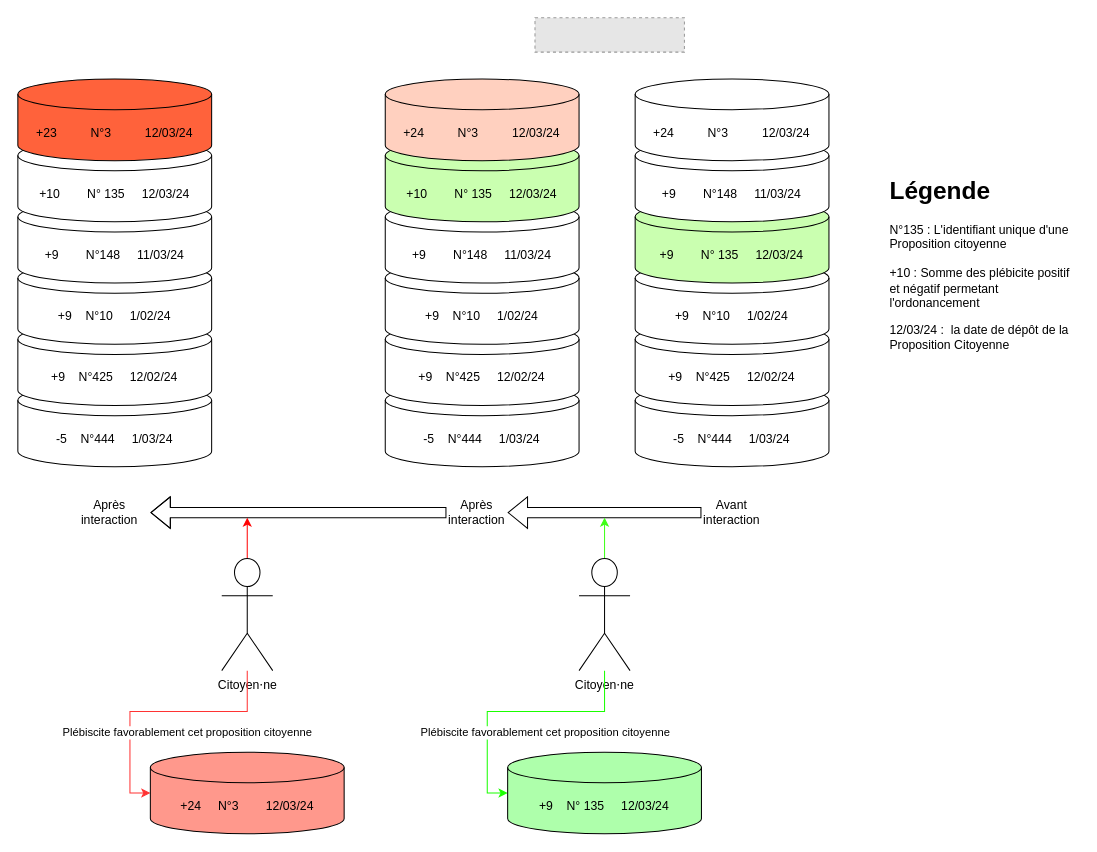
Above: page "Plébicite d'un citoyen" (4 of 6) of InteractionPVD.drawio in emilienGallet/PVD_fonctionement_ext (draw.io), before the change. Source tidied: cells renumbered, new cells numbered last; positions are measured from the earlier drawing's top-left corner, leaving out a move shared by most shapes. Both pictures are drawn from the tidied source at 102%, with x=0, y=0 at pixel (17, 17). Pictures stored in the file or linked from it are replaced by grey dashed boxes.
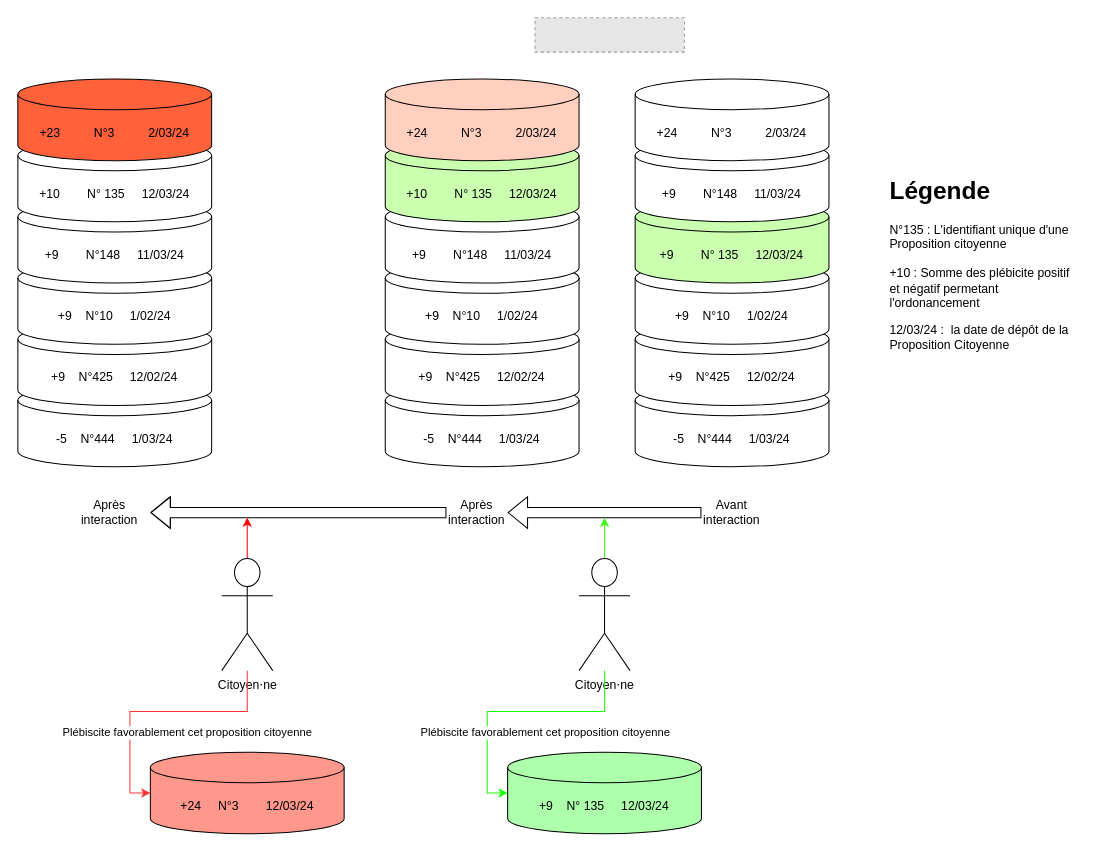
The same diagram, later.

Commit message:
Mettre à jour InteractionPVD.drawio

Diff of the diagram source:
```diff
@@
-    <mxCell id="10" value="+24&lt;span style=&quot;white-space: pre;&quot;&gt;&#9;&lt;/span&gt;&lt;span style=&quot;white-space: pre;&quot;&gt;&#9;&lt;/span&gt;N°3&lt;span style=&quot;white-space: pre;&quot;&gt;&#9;&lt;/span&gt;&lt;span style=&quot;white-space: pre;&quot;&gt;&#9;&lt;/span&gt;12/03/24" style="shape=cylinder3;whiteSpace=wrap;html=1;boundedLbl=1;backgroundOutline=1;size=15;fillColor=#FFD0BF;" parent="1" vertex="1">
+    <mxCell id="10" value="+24&lt;span style=&quot;white-space: pre;&quot;&gt;&#9;&lt;/span&gt;&lt;span style=&quot;white-space: pre;&quot;&gt;&#9;&lt;/span&gt;N°3&lt;span style=&quot;white-space: pre;&quot;&gt;&#9;&lt;/span&gt;&lt;span style=&quot;white-space: pre;&quot;&gt;&#9;&lt;/span&gt;2/03/24" style="shape=cylinder3;whiteSpace=wrap;html=1;boundedLbl=1;backgroundOutline=1;size=15;fillColor=#FFD0BF;" parent="1" vertex="1">
       <mxGeometry x="360.2" y="60" width="190" height="80" as="geometry" />
     </mxCell>
@@
-    <mxCell id="24" value="+24&lt;span style=&quot;white-space: pre;&quot;&gt;&#9;&lt;/span&gt;&lt;span style=&quot;white-space: pre;&quot;&gt;&#9;&lt;/span&gt;N°3&lt;span style=&quot;white-space: pre;&quot;&gt;&#9;&lt;/span&gt;&lt;span style=&quot;white-space: pre;&quot;&gt;&#9;&lt;/span&gt;12/03/24" style="shape=cylinder3;whiteSpace=wrap;html=1;boundedLbl=1;backgroundOutline=1;size=15;" parent="1" vertex="1">
+    <mxCell id="24" value="+24&lt;span style=&quot;white-space: pre;&quot;&gt;&#9;&lt;/span&gt;&lt;span style=&quot;white-space: pre;&quot;&gt;&#9;&lt;/span&gt;N°3&lt;span style=&quot;white-space: pre;&quot;&gt;&#9;&lt;/span&gt;&lt;span style=&quot;white-space: pre;&quot;&gt;&#9;&lt;/span&gt;2/03/24" style="shape=cylinder3;whiteSpace=wrap;html=1;boundedLbl=1;backgroundOutline=1;size=15;" parent="1" vertex="1">
       <mxGeometry x="605.2" y="60" width="190" height="80" as="geometry" />
     </mxCell>
@@
-    <mxCell id="35" value="+23&lt;span style=&quot;white-space: pre;&quot;&gt;&#9;&lt;/span&gt;&lt;span style=&quot;white-space: pre;&quot;&gt;&#9;&lt;/span&gt;N°3&lt;span style=&quot;white-space: pre;&quot;&gt;&#9;&lt;/span&gt;&lt;span style=&quot;white-space: pre;&quot;&gt;&#9;&lt;/span&gt;12/03/24" style="shape=cylinder3;whiteSpace=wrap;html=1;boundedLbl=1;backgroundOutline=1;size=15;fillColor=#FF623B;" parent="1" vertex="1">
+    <mxCell id="35" value="+23&lt;span style=&quot;white-space: pre;&quot;&gt;&#9;&lt;/span&gt;&lt;span style=&quot;white-space: pre;&quot;&gt;&#9;&lt;/span&gt;N°3&lt;span style=&quot;white-space: pre;&quot;&gt;&#9;&lt;/span&gt;&lt;span style=&quot;white-space: pre;&quot;&gt;&#9;&lt;/span&gt;2/03/24" style="shape=cylinder3;whiteSpace=wrap;html=1;boundedLbl=1;backgroundOutline=1;size=15;fillColor=#FF623B;" parent="1" vertex="1">
       <mxGeometry y="60" width="190" height="80" as="geometry" />
     </mxCell>
```
